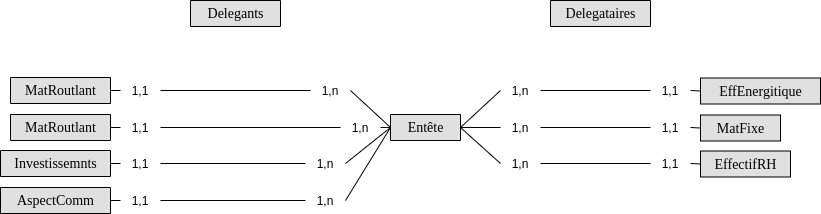
abdorah/stage2021 keeps this draw.io diagram as images/MCD.png. Above is the earlier version. Source tidied: cells renumbered, new cells last; positions are measured from the earlier drawing's top-left corner, leaving out a move shared by most shapes.
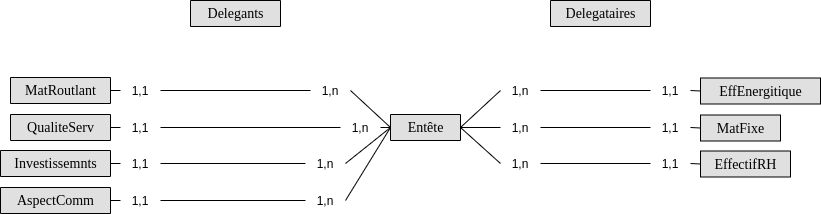
Above is the later version.

Commit message:
Ajout de répertoires des diagrammes

The edit, as a diff of the source:
```diff
@@ -17,7 +17,7 @@
     <mxCell id="6" value="MatFixe" style="swimlane;html=1;fontStyle=0;horizontal=1;startSize=26;fillColor=#e0e0e0;swimlaneFillColor=#ffffff;align=center;rounded=0;shadow=0;comic=0;labelBackgroundColor=none;strokeWidth=1;fontFamily=Verdana;fontSize=14;" parent="1" vertex="1" collapsed="1">
       <mxGeometry x="700" y="114.5" width="80" height="26" as="geometry" />
     </mxCell>
-    <mxCell id="7" value="MatRoutlant" style="swimlane;html=1;fontStyle=0;horizontal=1;startSize=26;fillColor=#e0e0e0;swimlaneFillColor=#ffffff;align=center;rounded=0;shadow=0;comic=0;labelBackgroundColor=none;strokeWidth=1;fontFamily=Verdana;fontSize=14;" parent="1" vertex="1" collapsed="1">
+    <mxCell id="7" value="QualiteServ" style="swimlane;html=1;fontStyle=0;horizontal=1;startSize=26;fillColor=#e0e0e0;swimlaneFillColor=#ffffff;align=center;rounded=0;shadow=0;comic=0;labelBackgroundColor=none;strokeWidth=1;fontFamily=Verdana;fontSize=14;" parent="1" vertex="1" collapsed="1">
       <mxGeometry x="10" y="114" width="100" height="26" as="geometry" />
     </mxCell>
     <mxCell id="8" value="MatRoutlant" style="swimlane;html=1;fontStyle=0;horizontal=1;startSize=26;fillColor=#e0e0e0;swimlaneFillColor=#ffffff;align=center;rounded=0;shadow=0;comic=0;labelBackgroundColor=none;strokeWidth=1;fontFamily=Verdana;fontSize=14;" parent="1" vertex="1" collapsed="1">
```
